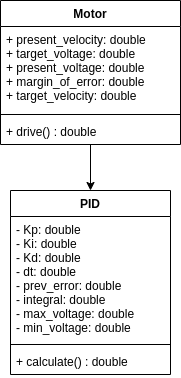
Above: assets/UML.png in llDev-Rootll/PID_Control (draw.io), before the change. Source tidied: cells renumbered, new cells last; positions are measured from the earlier drawing's top-left corner, leaving out a move shared by most shapes.
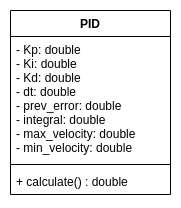
After the commit.

Commit message:
Updated class diagrams

The edit, as a diff of the source:
```diff
@@ -5,7 +5,7 @@
     <mxCell id="2" value="PID" style="swimlane;fontStyle=1;align=center;verticalAlign=top;horizontal=1;startSize=26;hachureGap=4;" parent="1" vertex="1">
       <mxGeometry x="10" y="190" width="160" height="184" as="geometry" />
     </mxCell>
-    <mxCell id="3" value="- Kp: double&#10;- Ki: double&#10;- Kd: double&#10;- dt: double&#10;- prev_error: double&#10;- integral: double&#10;- max_voltage: double&#10;- min_voltage: double" style="text;strokeColor=none;fillColor=none;align=left;verticalAlign=top;spacingLeft=4;spacingRight=4;overflow=hidden;" parent="2" vertex="1">
+    <mxCell id="3" value="- Kp: double&#10;- Ki: double&#10;- Kd: double&#10;- dt: double&#10;- prev_error: double&#10;- integral: double&#10;- max_velocity: double&#10;- min_velocity: double" style="text;strokeColor=none;fillColor=none;align=left;verticalAlign=top;spacingLeft=4;spacingRight=4;overflow=hidden;" parent="2" vertex="1">
       <mxGeometry y="26" width="160" height="124" as="geometry" />
     </mxCell>
     <mxCell id="4" style="line;strokeWidth=1;fillColor=none;align=left;verticalAlign=middle;spacingTop=-1;spacingLeft=3;spacingRight=3;labelPosition=right;" parent="2" vertex="1">
@@ -14,20 +14,5 @@
     <mxCell id="5" value="+ calculate() : double" style="text;strokeColor=none;fillColor=none;align=left;verticalAlign=top;spacingLeft=4;spacingRight=4;overflow=hidden;" parent="2" vertex="1">
       <mxGeometry y="158" width="160" height="26" as="geometry" />
     </mxCell>
-    <mxCell id="6" style="edgeStyle=orthogonalEdgeStyle;rounded=0;jettySize=auto;html=1;entryX=0.5;entryY=0;entryDx=0;entryDy=0;" parent="1" edge="1" source="7" target="2">
-      <mxGeometry relative="1" as="geometry" />
-    </mxCell>
-    <mxCell id="7" value="Motor" style="swimlane;fontStyle=1;align=center;verticalAlign=top;horizontal=1;startSize=26;hachureGap=4;" parent="1" vertex="1">
-      <mxGeometry width="180" height="144" as="geometry" />
-    </mxCell>
-    <mxCell id="8" value="+ present_velocity: double &#10;        + target_voltage: double&#10;        + present_voltage: double&#10;                + margin_of_error: double&#10;+ target_velocity: double&#10;      &#10;        &#10;" style="text;strokeColor=none;fillColor=none;align=left;verticalAlign=top;spacingLeft=4;spacingRight=4;overflow=hidden;" parent="7" vertex="1">
-      <mxGeometry y="26" width="180" height="84" as="geometry" />
-    </mxCell>
-    <mxCell id="9" style="line;strokeWidth=1;fillColor=none;align=left;verticalAlign=middle;spacingTop=-1;spacingLeft=3;spacingRight=3;labelPosition=right;" parent="7" vertex="1">
-      <mxGeometry y="110" width="180" height="8" as="geometry" />
-    </mxCell>
-    <mxCell id="10" value="+ drive() : double" style="text;strokeColor=none;fillColor=none;align=left;verticalAlign=top;spacingLeft=4;spacingRight=4;overflow=hidden;" parent="7" vertex="1">
-      <mxGeometry y="118" width="180" height="26" as="geometry" />
-    </mxCell>
   </root>
 </mxGraphModel>
```
